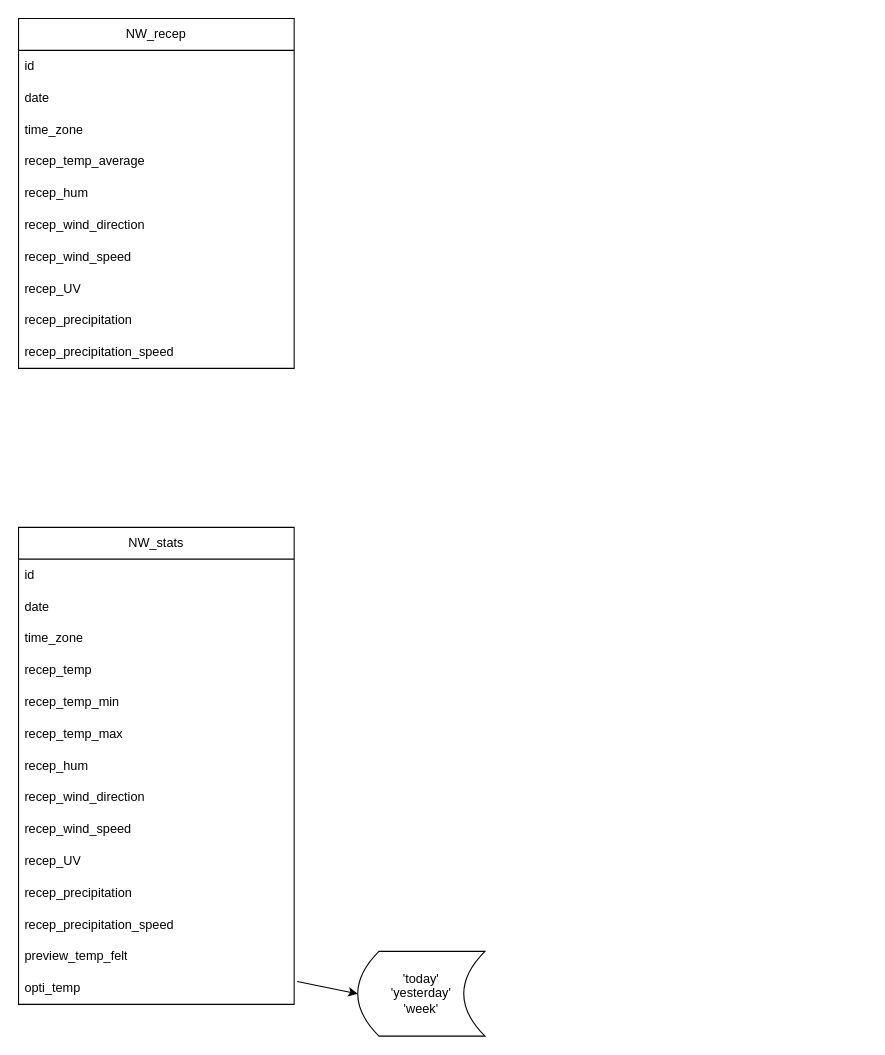
Before: NikaWeather/src/v2MLD.drawio in Mathuww/Nika-Weather, a draw.io diagram. Source tidied: cells renumbered, new cells numbered last; positions are measured from the earlier drawing's top-left corner, leaving out a move shared by most shapes. Both pictures are drawn from the tidied source at 106%, with x=0, y=0 at pixel (18, 18).
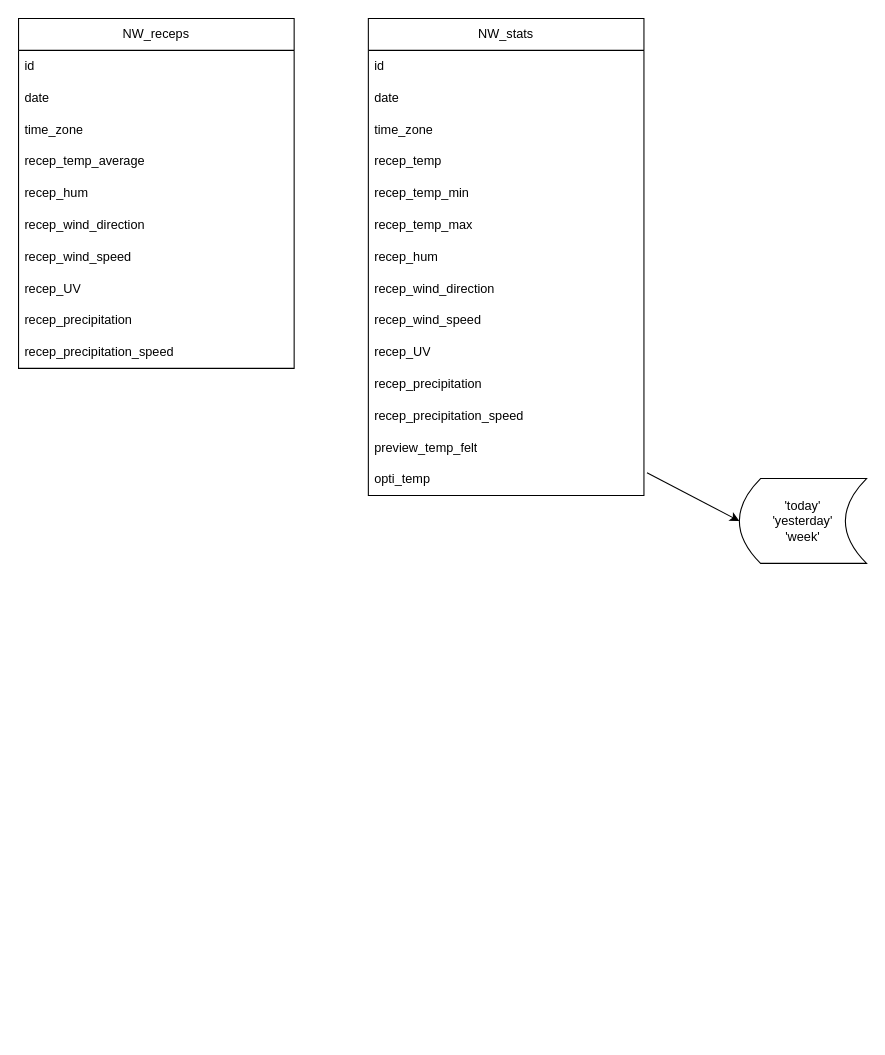
The same diagram, later.

Commit message:
Petit oubli MLD

What changed in the source:
```diff
@@
     <mxCell id="2" value="NW_stats" style="swimlane;fontStyle=0;horizontal=1;startSize=30;whiteSpace=wrap;html=1;" parent="1" vertex="1">
-      <mxGeometry y="480" width="260" height="450" as="geometry" />
+      <mxGeometry x="330" width="260" height="450" as="geometry" />
     </mxCell>
@@
-    <mxCell id="17" value="NW_recep" style="swimlane;fontStyle=0;horizontal=1;startSize=30;whiteSpace=wrap;html=1;" parent="1" vertex="1">
+    <mxCell id="17" value="NW_receps" style="swimlane;fontStyle=0;horizontal=1;startSize=30;whiteSpace=wrap;html=1;" parent="1" vertex="1">
       <mxGeometry width="260" height="330" as="geometry" />
     </mxCell>
@@
     <mxCell id="29" value="'today'&lt;br&gt;'yesterday'&lt;br&gt;'week'" style="shape=dataStorage;whiteSpace=wrap;html=1;fixedSize=1;" parent="1" vertex="1">
-      <mxGeometry x="320" y="880" width="120" height="80" as="geometry" />
+      <mxGeometry x="680" y="434" width="120" height="80" as="geometry" />
     </mxCell>
```
